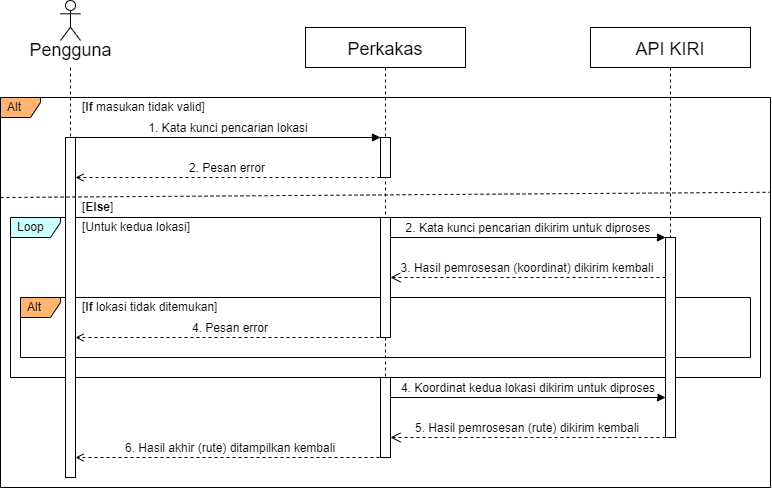
The draw.io diagram doc/DokumenSkripsi/Gambar/diagrams-sequence-direct.png in alfredapri/Skripsi, before a commit. Source tidied: cells renumbered, new cells last; positions are measured from the earlier drawing's top-left corner, leaving out a move shared by most shapes. Its diagram source:
```xml
<mxGraphModel>
  <root>
    <mxCell id="0" />
    <mxCell id="1" parent="0" />
    <mxCell id="2" value="Alt" style="shape=umlFrame;whiteSpace=wrap;html=1;width=40;height=20;boundedLbl=1;verticalAlign=middle;align=left;spacingLeft=5;fontSize=12;fillColor=#FFB570;" parent="1" vertex="1">
      <mxGeometry y="97" width="770" height="390" as="geometry" />
    </mxCell>
    <mxCell id="3" value="Loop" style="shape=umlFrame;whiteSpace=wrap;html=1;width=50;height=20;boundedLbl=1;verticalAlign=middle;align=left;spacingLeft=5;fontSize=12;fillColor=#CCFFFF;" parent="1" vertex="1">
      <mxGeometry x="10" y="217" width="750" height="160" as="geometry" />
    </mxCell>
    <mxCell id="4" value="Alt" style="shape=umlFrame;whiteSpace=wrap;html=1;width=40;height=20;boundedLbl=1;verticalAlign=middle;align=left;spacingLeft=5;fontSize=12;fillColor=#FFB570;" parent="1" vertex="1">
      <mxGeometry x="20" y="297" width="730" height="60" as="geometry" />
    </mxCell>
    <mxCell id="5" value="Perkakas" style="shape=umlLifeline;perimeter=lifelinePerimeter;rounded=0;shadow=0;strokeWidth=1;fontSize=18;verticalAlign=middle;" parent="1" vertex="1">
      <mxGeometry x="305" y="27" width="160" height="430" as="geometry" />
    </mxCell>
    <mxCell id="6" style="perimeter=orthogonalPerimeter;rounded=0;shadow=0;strokeWidth=1;fillColor=default;" parent="5" vertex="1">
      <mxGeometry x="75" y="190" width="10" height="120" as="geometry" />
    </mxCell>
    <mxCell id="7" style="perimeter=orthogonalPerimeter;rounded=0;shadow=0;strokeWidth=1;fillColor=default;" parent="5" vertex="1">
      <mxGeometry x="75" y="350" width="10" height="80" as="geometry" />
    </mxCell>
    <mxCell id="8" value="5. Hasil pemrosesan (rute) dikirim kembali" style="verticalAlign=bottom;endArrow=open;dashed=1;endSize=8;exitX=-0.002;exitY=0.333;shadow=0;strokeWidth=1;fontSize=12;exitDx=0;exitDy=0;exitPerimeter=0;entryX=1.002;entryY=0.333;entryDx=0;entryDy=0;entryPerimeter=0;" parent="5" edge="1">
      <mxGeometry relative="1" as="geometry">
        <mxPoint x="360" y="410" as="sourcePoint" />
        <mxPoint x="85" y="410" as="targetPoint" />
      </mxGeometry>
    </mxCell>
    <mxCell id="9" style="perimeter=orthogonalPerimeter;rounded=0;shadow=0;strokeWidth=1;fillColor=default;" parent="5" vertex="1">
      <mxGeometry x="75" y="110" width="10" height="40" as="geometry" />
    </mxCell>
    <mxCell id="10" value="API KIRI" style="shape=umlLifeline;perimeter=lifelinePerimeter;rounded=0;shadow=0;strokeWidth=1;fontSize=18;" parent="1" vertex="1">
      <mxGeometry x="590" y="27" width="160" height="410" as="geometry" />
    </mxCell>
    <mxCell id="11" style="perimeter=orthogonalPerimeter;rounded=0;shadow=0;strokeWidth=1;" parent="10" vertex="1">
      <mxGeometry x="75" y="210" width="10" height="200" as="geometry" />
    </mxCell>
    <mxCell id="12" value="3. Hasil pemrosesan (koordinat) dikirim kembali" style="verticalAlign=bottom;endArrow=open;dashed=1;endSize=8;exitX=-0.002;exitY=0.333;shadow=0;strokeWidth=1;fontSize=12;exitDx=0;exitDy=0;exitPerimeter=0;entryX=1.002;entryY=0.333;entryDx=0;entryDy=0;entryPerimeter=0;" parent="1" edge="1">
      <mxGeometry relative="1" as="geometry">
        <mxPoint x="665" y="277" as="sourcePoint" />
        <mxPoint x="390" y="277" as="targetPoint" />
      </mxGeometry>
    </mxCell>
    <mxCell id="13" value="2. Kata kunci pencarian dikirim untuk diproses" style="verticalAlign=bottom;endArrow=block;entryX=0;entryY=0;shadow=0;strokeWidth=1;fontSize=12;" parent="1" edge="1">
      <mxGeometry relative="1" as="geometry">
        <mxPoint x="390" y="237" as="sourcePoint" />
        <mxPoint x="665" y="237" as="targetPoint" />
      </mxGeometry>
    </mxCell>
    <mxCell id="14" value="2. Pesan error" style="verticalAlign=bottom;endArrow=open;shadow=0;strokeWidth=1;fontSize=12;endFill=0;dashed=1;entryX=0.999;entryY=0.125;entryDx=0;entryDy=0;entryPerimeter=0;fontStyle=0;" parent="1" edge="1">
      <mxGeometry relative="1" as="geometry">
        <mxPoint x="380" y="177" as="sourcePoint" />
        <mxPoint x="75" y="177" as="targetPoint" />
      </mxGeometry>
    </mxCell>
    <mxCell id="15" style="rounded=0;jettySize=auto;html=1;fontSize=18;endArrow=none;endFill=0;dashed=1;" parent="1" edge="1" target="17">
      <mxGeometry relative="1" as="geometry">
        <mxPoint x="70" y="67" as="sourcePoint" />
      </mxGeometry>
    </mxCell>
    <mxCell id="16" value="&lt;font style=&quot;font-size: 18px;&quot;&gt;Pengguna&lt;/font&gt;" style="shape=umlActor;verticalLabelPosition=bottom;verticalAlign=top;html=1;spacing=-5;labelPosition=center;align=center;" parent="1" vertex="1">
      <mxGeometry x="60" width="20" height="40" as="geometry" />
    </mxCell>
    <mxCell id="17" style="points=[];perimeter=orthogonalPerimeter;rounded=0;shadow=0;strokeWidth=1;" parent="1" vertex="1">
      <mxGeometry x="65" y="137" width="10" height="340" as="geometry" />
    </mxCell>
    <mxCell id="18" value="1. Kata kunci pencarian lokasi" style="verticalAlign=bottom;startArrow=none;endArrow=block;startSize=8;shadow=0;strokeWidth=1;exitX=1;exitY=0;exitDx=0;exitDy=0;exitPerimeter=0;startFill=0;fontSize=12;entryX=0;entryY=-0.001;entryDx=0;entryDy=0;entryPerimeter=0;" parent="1" edge="1">
      <mxGeometry relative="1" as="geometry">
        <mxPoint x="75" y="137" as="sourcePoint" />
        <mxPoint x="380" y="137" as="targetPoint" />
      </mxGeometry>
    </mxCell>
    <mxCell id="19" style="endArrow=none;dashed=1;html=1;rounded=0;fontSize=12;exitX=0;exitY=0.27;exitDx=0;exitDy=0;exitPerimeter=0;entryX=1;entryY=0.243;entryDx=0;entryDy=0;entryPerimeter=0;" parent="1" edge="1" target="2">
      <mxGeometry relative="1" as="geometry">
        <mxPoint y="197" as="sourcePoint" />
      </mxGeometry>
    </mxCell>
    <mxCell id="20" value="[&lt;b&gt;If&lt;/b&gt; masukan tidak valid]" style="text;html=1;strokeColor=none;fillColor=none;align=left;verticalAlign=middle;whiteSpace=wrap;rounded=0;fontSize=12;" parent="1" vertex="1">
      <mxGeometry x="80" y="97" width="140" height="20" as="geometry" />
    </mxCell>
    <mxCell id="21" value="[&lt;b&gt;Else&lt;/b&gt;]" style="text;html=1;strokeColor=none;fillColor=none;align=left;verticalAlign=middle;whiteSpace=wrap;rounded=0;fontSize=12;" parent="1" vertex="1">
      <mxGeometry x="80" y="197" width="140" height="20" as="geometry" />
    </mxCell>
    <mxCell id="22" value="[&lt;b&gt;If&lt;/b&gt; lokasi tidak ditemukan]" style="text;html=1;strokeColor=none;fillColor=none;align=left;verticalAlign=middle;whiteSpace=wrap;rounded=0;fontSize=12;" parent="1" vertex="1">
      <mxGeometry x="80" y="297" width="140" height="20" as="geometry" />
    </mxCell>
    <mxCell id="23" value="[Untuk kedua lokasi]" style="text;html=1;strokeColor=none;fillColor=none;align=left;verticalAlign=middle;whiteSpace=wrap;rounded=0;fontSize=12;" parent="1" vertex="1">
      <mxGeometry x="80" y="217" width="140" height="20" as="geometry" />
    </mxCell>
    <mxCell id="24" value="4. Koordinat kedua lokasi dikirim untuk diproses" style="verticalAlign=bottom;endArrow=block;entryX=0;entryY=0;shadow=0;strokeWidth=1;fontSize=12;" parent="1" edge="1">
      <mxGeometry relative="1" as="geometry">
        <mxPoint x="390" y="397" as="sourcePoint" />
        <mxPoint x="665" y="397" as="targetPoint" />
      </mxGeometry>
    </mxCell>
    <mxCell id="25" value="4. Pesan error" style="verticalAlign=bottom;endArrow=open;shadow=0;strokeWidth=1;fontSize=12;endFill=0;dashed=1;entryX=0.999;entryY=0.125;entryDx=0;entryDy=0;entryPerimeter=0;exitX=0;exitY=1;exitDx=0;exitDy=0;exitPerimeter=0;fontStyle=0;" parent="1" edge="1">
      <mxGeometry relative="1" as="geometry">
        <mxPoint x="385" y="337" as="sourcePoint" />
        <mxPoint x="75" y="337" as="targetPoint" />
      </mxGeometry>
    </mxCell>
    <mxCell id="26" value="6. Hasil akhir (rute) ditampilkan kembali" style="verticalAlign=bottom;endArrow=open;shadow=0;strokeWidth=1;fontSize=12;endFill=0;dashed=1;entryX=0.999;entryY=0.125;entryDx=0;entryDy=0;entryPerimeter=0;exitX=0;exitY=1;exitDx=0;exitDy=0;exitPerimeter=0;fontStyle=0;" parent="1" edge="1">
      <mxGeometry relative="1" as="geometry">
        <mxPoint x="385" y="457" as="sourcePoint" />
        <mxPoint x="75" y="457" as="targetPoint" />
      </mxGeometry>
    </mxCell>
  </root>
</mxGraphModel>
```
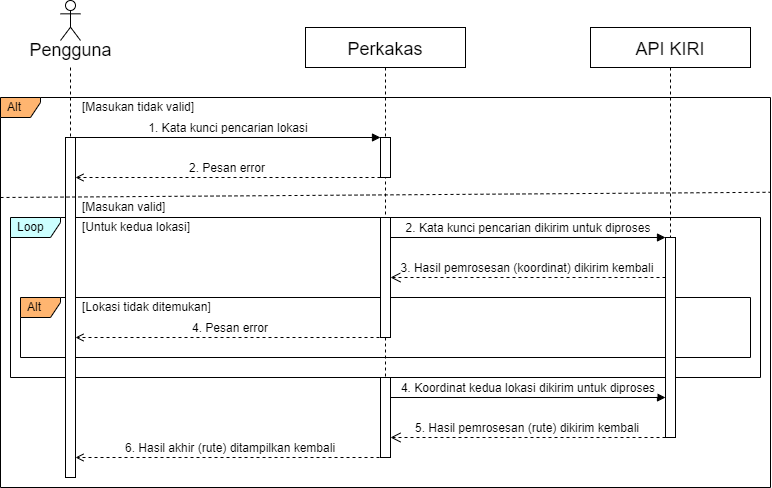
After the change.

Diff of the diagram source:
```diff
@@ -75,13 +75,13 @@
         <mxPoint y="197" as="sourcePoint" />
       </mxGeometry>
     </mxCell>
-    <mxCell id="20" value="[&lt;b&gt;If&lt;/b&gt; masukan tidak valid]" style="text;html=1;strokeColor=none;fillColor=none;align=left;verticalAlign=middle;whiteSpace=wrap;rounded=0;fontSize=12;" parent="1" vertex="1">
+    <mxCell id="20" value="[Masukan tidak valid]" style="text;html=1;strokeColor=none;fillColor=none;align=left;verticalAlign=middle;whiteSpace=wrap;rounded=0;fontSize=12;" parent="1" vertex="1">
       <mxGeometry x="80" y="97" width="140" height="20" as="geometry" />
     </mxCell>
-    <mxCell id="21" value="[&lt;b&gt;Else&lt;/b&gt;]" style="text;html=1;strokeColor=none;fillColor=none;align=left;verticalAlign=middle;whiteSpace=wrap;rounded=0;fontSize=12;" parent="1" vertex="1">
+    <mxCell id="21" value="[Masukan valid]" style="text;html=1;strokeColor=none;fillColor=none;align=left;verticalAlign=middle;whiteSpace=wrap;rounded=0;fontSize=12;" parent="1" vertex="1">
       <mxGeometry x="80" y="197" width="140" height="20" as="geometry" />
     </mxCell>
-    <mxCell id="22" value="[&lt;b&gt;If&lt;/b&gt; lokasi tidak ditemukan]" style="text;html=1;strokeColor=none;fillColor=none;align=left;verticalAlign=middle;whiteSpace=wrap;rounded=0;fontSize=12;" parent="1" vertex="1">
+    <mxCell id="22" value="[Lokasi tidak ditemukan]" style="text;html=1;strokeColor=none;fillColor=none;align=left;verticalAlign=middle;whiteSpace=wrap;rounded=0;fontSize=12;" parent="1" vertex="1">
       <mxGeometry x="80" y="297" width="140" height="20" as="geometry" />
     </mxCell>
     <mxCell id="23" value="[Untuk kedua lokasi]" style="text;html=1;strokeColor=none;fillColor=none;align=left;verticalAlign=middle;whiteSpace=wrap;rounded=0;fontSize=12;" parent="1" vertex="1">
```
